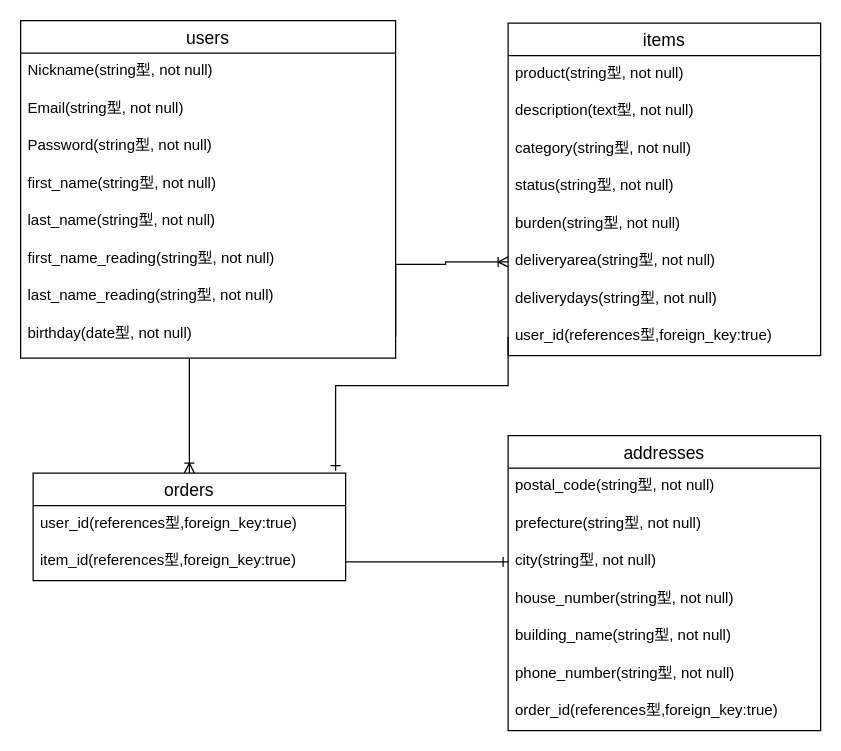
n622ryo/furima-31017 keeps this draw.io diagram as test.dio. Above is the earlier version. Source tidied: cells renumbered, new cells numbered last; positions are measured from the earlier drawing's top-left corner, leaving out a move shared by most shapes. Both pictures are drawn from the tidied source at 125%, with x=0, y=0 at pixel (20, 20).
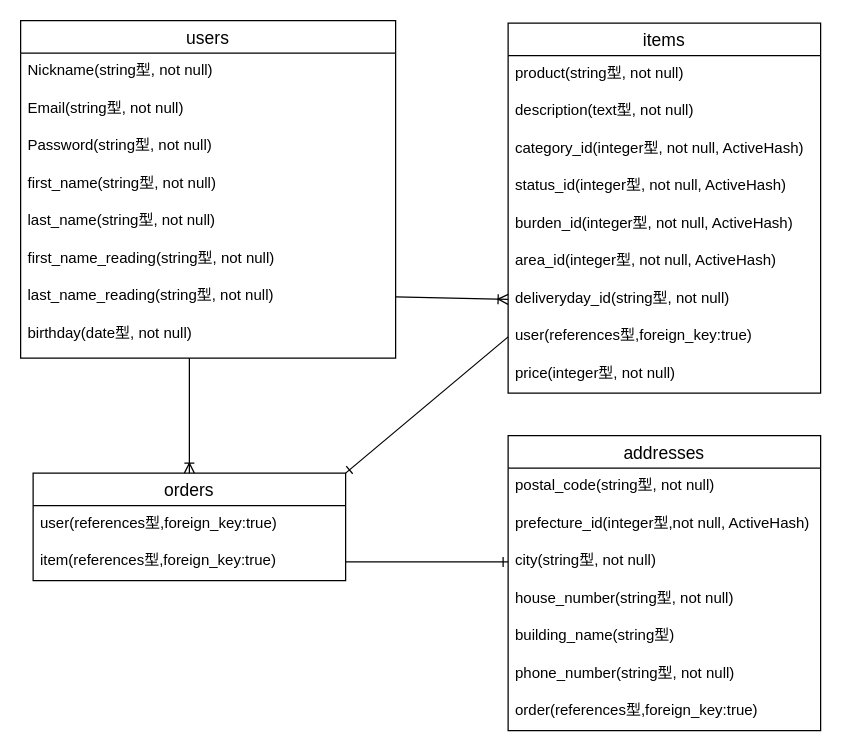
Above is the later version.

Commit message (it also covers changes not shown here):
ER図、READMEの修正

The change refers to these unchanged cells:
```xml
<mxCell id="2" value="addresses" style="swimlane;fontStyle=0;horizontal=1;startSize=26;align=center;fontSize=14;" parent="1" vertex="1">
  <mxGeometry x="390" y="332" width="250" height="236" as="geometry" />
</mxCell>
<mxCell id="10" value="orders" style="swimlane;fontStyle=0;horizontal=1;startSize=26;align=center;fontSize=14;" parent="1" vertex="1">
  <mxGeometry x="10" y="362" width="250" height="86" as="geometry" />
</mxCell>
<mxCell id="32" value="last_name_reading(string型, not null)" style="text;strokeColor=none;fillColor=none;spacingLeft=4;spacingRight=4;overflow=hidden;points=[[0,0.5],[1,0.5]];portConstraint=eastwest;fontSize=12;" parent="25" vertex="1">
  <mxGeometry y="206" width="300" height="30" as="geometry" />
</mxCell>
<mxCell id="33" value="birthday(date型, not null)" style="text;strokeColor=none;fillColor=none;spacingLeft=4;spacingRight=4;overflow=hidden;points=[[0,0.5],[1,0.5]];portConstraint=eastwest;fontSize=12;" parent="25" vertex="1">
  <mxGeometry y="236" width="300" height="34" as="geometry" />
</mxCell>
```

The edit, as a diff of the source:
```diff
@@
-    <mxCell id="4" value="prefecture(string型, not null)&#10;" style="text;strokeColor=none;fillColor=none;spacingLeft=4;spacingRight=4;overflow=hidden;fontSize=12;" parent="2" vertex="1">
+    <mxCell id="4" value="prefecture_id(integer型,not null, ActiveHash)&#10;" style="text;strokeColor=none;fillColor=none;spacingLeft=4;spacingRight=4;overflow=hidden;fontSize=12;" parent="2" vertex="1">
       <mxGeometry y="56" width="250" height="30" as="geometry" />
     </mxCell>
@@
-    <mxCell id="7" value="building_name(string型, not null)" style="text;strokeColor=none;fillColor=none;spacingLeft=4;spacingRight=4;overflow=hidden;fontSize=12;" parent="2" vertex="1">
+    <mxCell id="7" value="building_name(string型)" style="text;strokeColor=none;fillColor=none;spacingLeft=4;spacingRight=4;overflow=hidden;fontSize=12;" parent="2" vertex="1">
       <mxGeometry y="146" width="250" height="30" as="geometry" />
     </mxCell>
@@
-    <mxCell id="9" value="order_id(references型,foreign_key:true)" style="text;strokeColor=none;fillColor=none;spacingLeft=4;spacingRight=4;overflow=hidden;fontSize=12;" parent="2" vertex="1">
+    <mxCell id="9" value="order(references型,foreign_key:true)" style="text;strokeColor=none;fillColor=none;spacingLeft=4;spacingRight=4;overflow=hidden;fontSize=12;" parent="2" vertex="1">
       <mxGeometry y="206" width="250" height="30" as="geometry" />
     </mxCell>
@@
-    <mxCell id="11" value="user_id(references型,foreign_key:true)" style="text;strokeColor=none;fillColor=none;spacingLeft=4;spacingRight=4;overflow=hidden;fontSize=12;" parent="10" vertex="1">
+    <mxCell id="11" value="user(references型,foreign_key:true)" style="text;strokeColor=none;fillColor=none;spacingLeft=4;spacingRight=4;overflow=hidden;fontSize=12;" parent="10" vertex="1">
       <mxGeometry y="26" width="250" height="30" as="geometry" />
     </mxCell>
-    <mxCell id="12" value="item_id(references型,foreign_key:true)" style="text;strokeColor=none;fillColor=none;spacingLeft=4;spacingRight=4;overflow=hidden;points=[[0,0.5],[1,0.5]];portConstraint=eastwest;fontSize=12;" parent="10" vertex="1">
+    <mxCell id="12" value="item(references型,foreign_key:true)" style="text;strokeColor=none;fillColor=none;spacingLeft=4;spacingRight=4;overflow=hidden;points=[[0,0.5],[1,0.5]];portConstraint=eastwest;fontSize=12;" parent="10" vertex="1">
       <mxGeometry y="56" width="250" height="30" as="geometry" />
     </mxCell>
-    <mxCell id="13" style="edgeStyle=orthogonalEdgeStyle;rounded=0;jettySize=auto;html=1;exitX=0;exitY=0.5;exitDx=0;exitDy=0;entryX=0.968;entryY=-0.023;entryDx=0;entryDy=0;entryPerimeter=0;endArrow=ERone;endFill=0;" parent="1" edge="1" source="24" target="10">
-      <mxGeometry relative="1" as="geometry">
-        <Array as="points">
-          <mxPoint x="390" y="292" />
-          <mxPoint x="252" y="292" />
-        </Array>
-      </mxGeometry>
-    </mxCell>
-    <mxCell id="14" style="edgeStyle=orthogonalEdgeStyle;rounded=0;jettySize=auto;html=1;exitX=1;exitY=0.5;exitDx=0;exitDy=0;endArrow=ERoneToMany;endFill=0;entryX=0;entryY=0.5;entryDx=0;entryDy=0;" parent="1" edge="1" source="33" target="22">
-      <mxGeometry relative="1" as="geometry">
-        <Array as="points">
-          <mxPoint x="300" y="195" />
-          <mxPoint x="340" y="195" />
-          <mxPoint x="340" y="193" />
-        </Array>
-      </mxGeometry>
-    </mxCell>
@@
     <mxCell id="16" value="items" style="swimlane;fontStyle=0;horizontal=1;startSize=26;align=center;fontSize=14;" parent="1" vertex="1">
-      <mxGeometry x="390" y="2" width="250" height="266" as="geometry" />
+      <mxGeometry x="390" y="2" width="250" height="296" as="geometry" />
     </mxCell>
@@
-    <mxCell id="19" value="category(string型, not null)" style="text;strokeColor=none;fillColor=none;spacingLeft=4;spacingRight=4;overflow=hidden;fontSize=12;" parent="16" vertex="1">
+    <mxCell id="19" value="category_id(integer型, not null, ActiveHash)" style="text;strokeColor=none;fillColor=none;spacingLeft=4;spacingRight=4;overflow=hidden;fontSize=12;" parent="16" vertex="1">
       <mxGeometry y="86" width="250" height="30" as="geometry" />
     </mxCell>
-    <mxCell id="20" value="status(string型, not null)" style="text;strokeColor=none;fillColor=none;spacingLeft=4;spacingRight=4;overflow=hidden;fontSize=12;" parent="16" vertex="1">
+    <mxCell id="20" value="status_id(integer型, not null, ActiveHash)" style="text;strokeColor=none;fillColor=none;spacingLeft=4;spacingRight=4;overflow=hidden;fontSize=12;" parent="16" vertex="1">
       <mxGeometry y="116" width="250" height="30" as="geometry" />
     </mxCell>
-    <mxCell id="21" value="burden(string型, not null)" style="text;strokeColor=none;fillColor=none;spacingLeft=4;spacingRight=4;overflow=hidden;fontSize=12;" parent="16" vertex="1">
+    <mxCell id="21" value="burden_id(integer型, not null, ActiveHash)" style="text;strokeColor=none;fillColor=none;spacingLeft=4;spacingRight=4;overflow=hidden;fontSize=12;" parent="16" vertex="1">
       <mxGeometry y="146" width="250" height="30" as="geometry" />
     </mxCell>
-    <mxCell id="22" value="deliveryarea(string型, not null)" style="text;strokeColor=none;fillColor=none;spacingLeft=4;spacingRight=4;overflow=hidden;points=[[0,0.5],[1,0.5]];portConstraint=eastwest;fontSize=12;" parent="16" vertex="1">
+    <mxCell id="22" value="area_id(integer型, not null, ActiveHash)" style="text;strokeColor=none;fillColor=none;spacingLeft=4;spacingRight=4;overflow=hidden;points=[[0,0.5],[1,0.5]];portConstraint=eastwest;fontSize=12;" parent="16" vertex="1">
       <mxGeometry y="176" width="250" height="30" as="geometry" />
     </mxCell>
-    <mxCell id="23" value="deliverydays(string型, not null)" style="text;strokeColor=none;fillColor=none;spacingLeft=4;spacingRight=4;overflow=hidden;points=[[0,0.5],[1,0.5]];portConstraint=eastwest;fontSize=12;" parent="16" vertex="1">
+    <mxCell id="23" value="deliveryday_id(string型, not null)" style="text;strokeColor=none;fillColor=none;spacingLeft=4;spacingRight=4;overflow=hidden;points=[[0,0.5],[1,0.5]];portConstraint=eastwest;fontSize=12;" parent="16" vertex="1">
       <mxGeometry y="206" width="250" height="30" as="geometry" />
     </mxCell>
-    <mxCell id="24" value="user_id(references型,foreign_key:true)" style="text;strokeColor=none;fillColor=none;spacingLeft=4;spacingRight=4;overflow=hidden;points=[[0,0.5],[1,0.5]];portConstraint=eastwest;fontSize=12;" parent="16" vertex="1">
+    <mxCell id="24" value="user(references型,foreign_key:true)" style="text;strokeColor=none;fillColor=none;spacingLeft=4;spacingRight=4;overflow=hidden;points=[[0,0.5],[1,0.5]];portConstraint=eastwest;fontSize=12;" parent="16" vertex="1">
       <mxGeometry y="236" width="250" height="30" as="geometry" />
     </mxCell>
+    <mxCell id="35" value="price(integer型, not null)" style="text;strokeColor=none;fillColor=none;spacingLeft=4;spacingRight=4;overflow=hidden;fontSize=12;" parent="16" vertex="1">
+      <mxGeometry y="266" width="250" height="30" as="geometry" />
+    </mxCell>
@@
+    <mxCell id="13" style="edgeStyle=none;rounded=0;jettySize=auto;html=1;exitX=0;exitY=0.5;exitDx=0;exitDy=0;entryX=1;entryY=0;entryDx=0;entryDy=0;endArrow=ERone;endFill=0;" parent="1" edge="1" source="24" target="10">
+      <mxGeometry relative="1" as="geometry" />
+    </mxCell>
+    <mxCell id="36" style="edgeStyle=none;rounded=0;jettySize=auto;html=1;exitX=1;exitY=0.5;exitDx=0;exitDy=0;entryX=0;entryY=0.5;entryDx=0;entryDy=0;endArrow=ERoneToMany;endFill=0;" parent="1" edge="1" source="32" target="23">
+      <mxGeometry relative="1" as="geometry" />
+    </mxCell>
```
